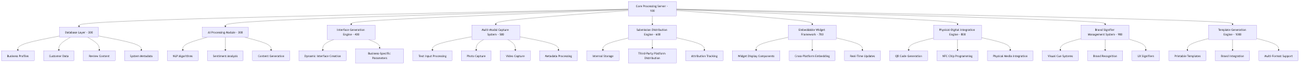
This is docs/patent-diagrams/figure1-system-architecture.png from nerves76/promptreviews, a Mermaid export, as it was before one commit. Its source is kept beside it as docs/patent-diagrams/figure1-system-architecture.mermaid. Its diagram source:
```mermaid
graph TD
    A[Core Processing Server - 100] --> B[Database Layer - 200]
    A --> C[AI Processing Module - 300]
    A --> D[Interface Generation Engine - 400]
    A --> E[Multi-Modal Capture System - 500]
    A --> F[Submission Distribution Engine - 600]
    A --> G[Embeddable Widget Framework - 700]
    A --> H[Physical-Digital Integration Engine - 800]
    A --> I[Brand Signifier Management System - 900]
    A --> J[Template Generation Engine - 1000]

    B --> K[Business Profiles]
    B --> L[Customer Data]
    B --> M[Review Content]
    B --> N[System Metadata]

    C --> O[NLP Algorithms]
    C --> P[Sentiment Analysis]
    C --> Q[Content Generation]

    D --> R[Dynamic Interface Creation]
    D --> S[Business-Specific Parameters]

    E --> T[Text Input Processing]
    E --> U[Photo Capture]
    E --> V[Video Capture]
    E --> W[Metadata Processing]

    F --> X[Internal Storage]
    F --> Y[Third-Party Platform Distribution]
    F --> Z[Attribution Tracking]

    G --> AA[Widget Display Components]
    G --> BB[Cross-Platform Embedding]
    G --> CC[Real-Time Updates]

    H --> DD[QR Code Generation]
    H --> EE[NFC Chip Programming]
    H --> FF[Physical Media Integration]

    I --> GG[Visual Cue Systems]
    I --> HH[Brand Recognition]
    I --> II[UX Signifiers]

    J --> JJ[Printable Templates]
    J --> KK[Brand Integration]
    J --> LL[Multi-Format Support]
```
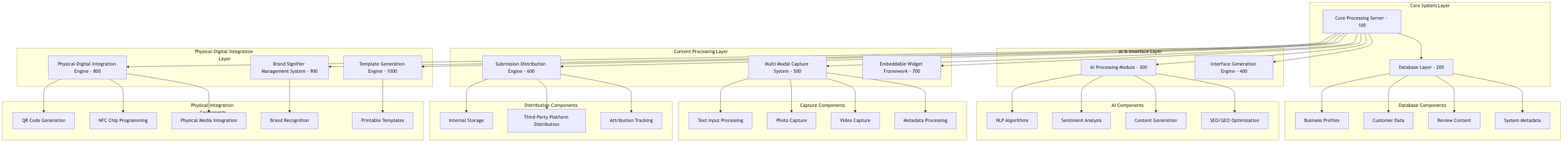
After the change.

Commit message:
Improve Figure 1 readability in patent PDF

- Redesigned system architecture diagram with vertical layout using subgraphs
- Grouped related components for better visual organization
- Increased resolution to 2400x3200 for better clarity
- Added SEO/GEO Optimization component to AI layer
- Regenerated PDF with improved diagram readability

Diff of the diagram source:
```diff
@@ -1,47 +1,92 @@
-graph TD
-    A[Core Processing Server - 100] --> B[Database Layer - 200]
-    A --> C[AI Processing Module - 300]
-    A --> D[Interface Generation Engine - 400]
-    A --> E[Multi-Modal Capture System - 500]
-    A --> F[Submission Distribution Engine - 600]
-    A --> G[Embeddable Widget Framework - 700]
-    A --> H[Physical-Digital Integration Engine - 800]
-    A --> I[Brand Signifier Management System - 900]
-    A --> J[Template Generation Engine - 1000]
+graph TB
+    subgraph "Core System Layer"
+        A[Core Processing Server - 100]
+        B[Database Layer - 200]
+    end
 
-    B --> K[Business Profiles]
-    B --> L[Customer Data]
-    B --> M[Review Content]
-    B --> N[System Metadata]
+    subgraph "AI & Interface Layer"
+        C[AI Processing Module - 300]
+        D[Interface Generation Engine - 400]
+    end
 
-    C --> O[NLP Algorithms]
-    C --> P[Sentiment Analysis]
-    C --> Q[Content Generation]
+    subgraph "Content Processing Layer"
+        E[Multi-Modal Capture System - 500]
+        F[Submission Distribution Engine - 600]
+        G[Embeddable Widget Framework - 700]
+    end
 
-    D --> R[Dynamic Interface Creation]
-    D --> S[Business-Specific Parameters]
+    subgraph "Physical-Digital Integration Layer"
+        H[Physical-Digital Integration Engine - 800]
+        I[Brand Signifier Management System - 900]
+        J[Template Generation Engine - 1000]
+    end
 
-    E --> T[Text Input Processing]
-    E --> U[Photo Capture]
-    E --> V[Video Capture]
-    E --> W[Metadata Processing]
+    subgraph "Database Components"
+        K[Business Profiles]
+        L[Customer Data]
+        M[Review Content]
+        N[System Metadata]
+    end
 
-    F --> X[Internal Storage]
-    F --> Y[Third-Party Platform Distribution]
-    F --> Z[Attribution Tracking]
+    subgraph "AI Components"
+        O[NLP Algorithms]
+        P[Sentiment Analysis]
+        Q[Content Generation]
+        R[SEO/GEO Optimization]
+    end
 
-    G --> AA[Widget Display Components]
-    G --> BB[Cross-Platform Embedding]
-    G --> CC[Real-Time Updates]
+    subgraph "Capture Components"
+        T[Text Input Processing]
+        U[Photo Capture]
+        V[Video Capture]
+        W[Metadata Processing]
+    end
 
-    H --> DD[QR Code Generation]
-    H --> EE[NFC Chip Programming]
-    H --> FF[Physical Media Integration]
+    subgraph "Distribution Components"
+        X[Internal Storage]
+        Y[Third-Party Platform Distribution]
+        Z[Attribution Tracking]
+    end
 
-    I --> GG[Visual Cue Systems]
-    I --> HH[Brand Recognition]
-    I --> II[UX Signifiers]
+    subgraph "Physical Integration Components"
+        DD[QR Code Generation]
+        EE[NFC Chip Programming]
+        FF[Physical Media Integration]
+        GG[Brand Recognition]
+        JJ[Printable Templates]
+    end
 
-    J --> JJ[Printable Templates]
-    J --> KK[Brand Integration]
-    J --> LL[Multi-Format Support]
+    A --> B
+    A --> C
+    A --> D
+    A --> E
+    A --> F
+    A --> G
+    A --> H
+    A --> I
+    A --> J
+
+    B --> K
+    B --> L
+    B --> M
+    B --> N
+
+    C --> O
+    C --> P
+    C --> Q
+    C --> R
+
+    E --> T
+    E --> U
+    E --> V
+    E --> W
+
+    F --> X
+    F --> Y
+    F --> Z
+
+    H --> DD
+    H --> EE
+    H --> FF
+    I --> GG
+    J --> JJ
```
